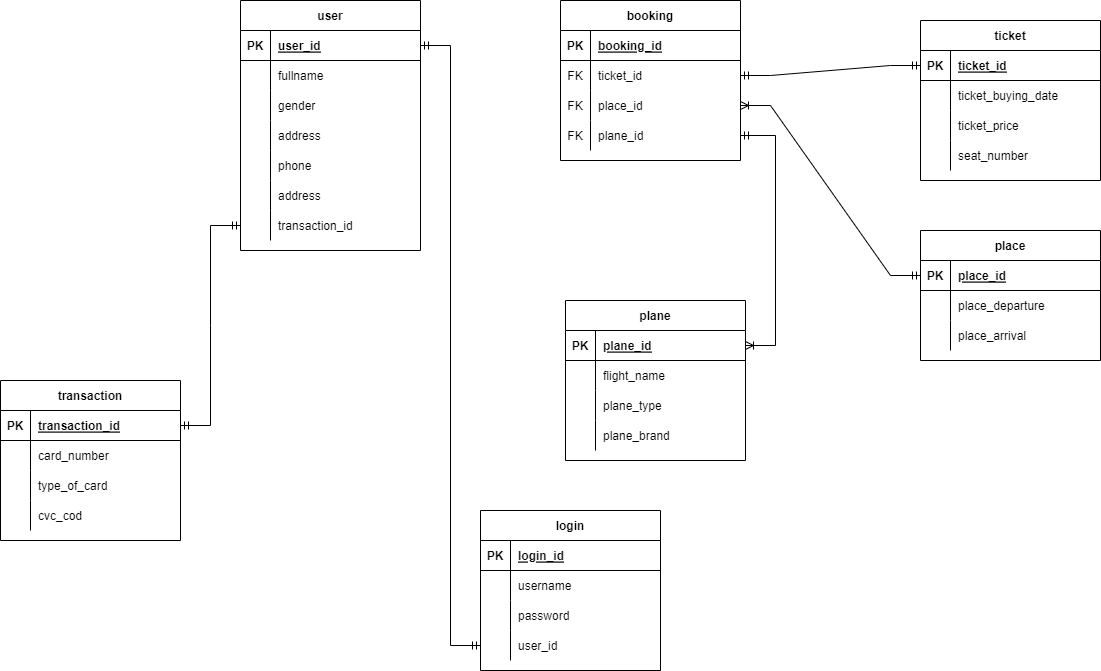
This is database/Untitled Diagram.drawio.png from GumBox/CloudAirlineG8, a draw.io export, as it was before one commit. Source tidied: cells renumbered, new cells last; positions are measured from the earlier drawing's top-left corner, leaving out a move shared by most shapes.
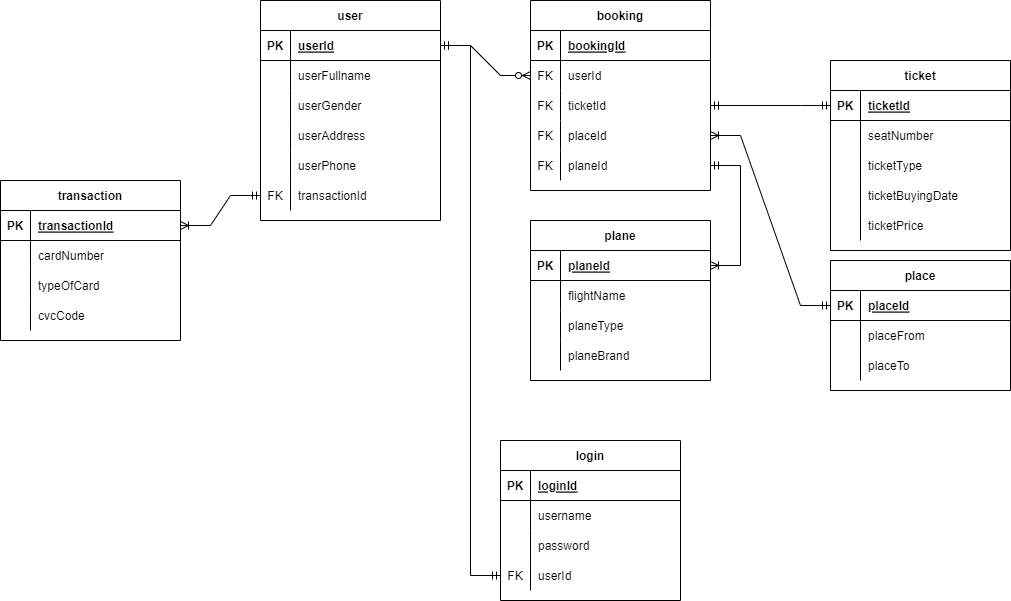
After the change.

The edit, as a diff of the source:
```diff
@@ -5,3 +5,3 @@
     <mxCell id="2" value="user" style="shape=table;startSize=30;rowLines=0;fontStyle=1;align=center;" parent="1" vertex="1">
-      <mxGeometry x="240" width="180" height="250" as="geometry" />
+      <mxGeometry x="240" width="180" height="220" as="geometry" />
     </mxCell>
@@ -13,3 +13,3 @@
     </mxCell>
-    <mxCell id="5" value="user_id" style="shape=partialRectangle;fillColor=none;top=0;left=0;bottom=0;right=0;align=left;spacingLeft=6;fontStyle=5;overflow=hidden;" parent="3" vertex="1">
+    <mxCell id="5" value="userId" style="shape=partialRectangle;fillColor=none;top=0;left=0;bottom=0;right=0;align=left;spacingLeft=6;fontStyle=5;overflow=hidden;" parent="3" vertex="1">
       <mxGeometry x="30" width="150" height="30" as="geometry" />
@@ -22,3 +22,3 @@
     </mxCell>
-    <mxCell id="8" value="fullname" style="shape=partialRectangle;fillColor=none;top=0;left=0;bottom=0;right=0;align=left;spacingLeft=6;overflow=hidden;" parent="6" vertex="1">
+    <mxCell id="8" value="userFullname" style="shape=partialRectangle;fillColor=none;top=0;left=0;bottom=0;right=0;align=left;spacingLeft=6;overflow=hidden;" parent="6" vertex="1">
       <mxGeometry x="30" width="150" height="30" as="geometry" />
@@ -31,3 +31,3 @@
     </mxCell>
-    <mxCell id="11" value="gender" style="shape=partialRectangle;fillColor=none;top=0;left=0;bottom=0;right=0;align=left;spacingLeft=6;overflow=hidden;" parent="9" vertex="1">
+    <mxCell id="11" value="userGender" style="shape=partialRectangle;fillColor=none;top=0;left=0;bottom=0;right=0;align=left;spacingLeft=6;overflow=hidden;" parent="9" vertex="1">
       <mxGeometry x="30" width="150" height="30" as="geometry" />
@@ -40,3 +40,3 @@
     </mxCell>
-    <mxCell id="14" value="address" style="shape=partialRectangle;fillColor=none;top=0;left=0;bottom=0;right=0;align=left;spacingLeft=6;overflow=hidden;" parent="12" vertex="1">
+    <mxCell id="14" value="userAddress" style="shape=partialRectangle;fillColor=none;top=0;left=0;bottom=0;right=0;align=left;spacingLeft=6;overflow=hidden;" parent="12" vertex="1">
       <mxGeometry x="30" width="150" height="30" as="geometry" />
@@ -49,21 +49,12 @@
     </mxCell>
-    <mxCell id="17" value="phone" style="shape=partialRectangle;fillColor=none;top=0;left=0;bottom=0;right=0;align=left;spacingLeft=6;overflow=hidden;" parent="15" vertex="1">
+    <mxCell id="17" value="userPhone" style="shape=partialRectangle;fillColor=none;top=0;left=0;bottom=0;right=0;align=left;spacingLeft=6;overflow=hidden;" parent="15" vertex="1">
       <mxGeometry x="30" width="150" height="30" as="geometry" />
     </mxCell>
-    <mxCell id="18" style="shape=tableRow;horizontal=0;startSize=0;swimlaneHead=0;swimlaneBody=0;fillColor=none;top=0;left=0;right=0;bottom=0;" parent="2" vertex="1">
-      <mxGeometry y="180" width="180" height="30" as="geometry" />
-    </mxCell>
-    <mxCell id="19" style="shape=partialRectangle;fillColor=none;top=0;left=0;bottom=0;right=0;overflow=hidden;" parent="18" vertex="1">
-      <mxGeometry width="30" height="30" as="geometry" />
-    </mxCell>
-    <mxCell id="20" value="address" style="shape=partialRectangle;fillColor=none;top=0;left=0;bottom=0;right=0;align=left;spacingLeft=6;overflow=hidden;" parent="18" vertex="1">
-      <mxGeometry x="30" width="150" height="30" as="geometry" />
-    </mxCell>
     <mxCell id="21" style="shape=tableRow;horizontal=0;startSize=0;swimlaneHead=0;swimlaneBody=0;fillColor=none;points=[[0,0.5],[1,0.5]];portConstraint=eastwest;top=0;left=0;right=0;bottom=0;" parent="2" vertex="1">
-      <mxGeometry y="210" width="180" height="30" as="geometry" />
+      <mxGeometry y="180" width="180" height="30" as="geometry" />
     </mxCell>
-    <mxCell id="22" style="shape=partialRectangle;fillColor=none;top=0;left=0;bottom=0;right=0;overflow=hidden;" parent="21" vertex="1">
+    <mxCell id="22" value="FK" style="shape=partialRectangle;fillColor=none;top=0;left=0;bottom=0;right=0;overflow=hidden;" parent="21" vertex="1">
       <mxGeometry width="30" height="30" as="geometry" />
     </mxCell>
-    <mxCell id="23" value="transaction_id" style="shape=partialRectangle;fillColor=none;top=0;left=0;bottom=0;right=0;align=left;spacingLeft=6;overflow=hidden;" parent="21" vertex="1">
+    <mxCell id="23" value="transactionId" style="shape=partialRectangle;fillColor=none;top=0;left=0;bottom=0;right=0;align=left;spacingLeft=6;overflow=hidden;" parent="21" vertex="1">
       <mxGeometry x="30" width="150" height="30" as="geometry" />
@@ -71,3 +62,3 @@
     <mxCell id="24" value="booking" style="shape=table;startSize=30;rowLines=0;fontStyle=1;align=center;" parent="1" vertex="1">
-      <mxGeometry x="560" width="180" height="160" as="geometry" />
+      <mxGeometry x="510" width="180" height="190" as="geometry" />
     </mxCell>
@@ -79,7 +70,16 @@
     </mxCell>
-    <mxCell id="27" value="booking_id" style="shape=partialRectangle;fillColor=none;top=0;left=0;bottom=0;right=0;align=left;spacingLeft=6;fontStyle=5;overflow=hidden;" parent="25" vertex="1">
+    <mxCell id="27" value="bookingId" style="shape=partialRectangle;fillColor=none;top=0;left=0;bottom=0;right=0;align=left;spacingLeft=6;fontStyle=5;overflow=hidden;" parent="25" vertex="1">
       <mxGeometry x="30" width="150" height="30" as="geometry" />
     </mxCell>
+    <mxCell id="104" style="shape=tableRow;horizontal=0;startSize=0;swimlaneHead=0;swimlaneBody=0;fillColor=none;points=[[0,0.5],[1,0.5]];portConstraint=eastwest;top=0;left=0;right=0;bottom=0;" parent="24" vertex="1">
+      <mxGeometry y="60" width="180" height="30" as="geometry" />
+    </mxCell>
+    <mxCell id="105" value="FK" style="shape=partialRectangle;fillColor=none;top=0;left=0;bottom=0;right=0;overflow=hidden;" parent="104" vertex="1">
+      <mxGeometry width="30" height="30" as="geometry" />
+    </mxCell>
+    <mxCell id="106" value="userId" style="shape=partialRectangle;fillColor=none;top=0;left=0;bottom=0;right=0;align=left;spacingLeft=6;overflow=hidden;" parent="104" vertex="1">
+      <mxGeometry x="30" width="150" height="30" as="geometry" />
+    </mxCell>
     <mxCell id="28" style="shape=tableRow;horizontal=0;startSize=0;swimlaneHead=0;swimlaneBody=0;fillColor=none;points=[[0,0.5],[1,0.5]];portConstraint=eastwest;top=0;left=0;right=0;bottom=0;" parent="24" vertex="1">
-      <mxGeometry y="60" width="180" height="30" as="geometry" />
+      <mxGeometry y="90" width="180" height="30" as="geometry" />
     </mxCell>
@@ -88,3 +88,3 @@
     </mxCell>
-    <mxCell id="30" value="ticket_id" style="shape=partialRectangle;fillColor=none;top=0;left=0;bottom=0;right=0;align=left;spacingLeft=6;overflow=hidden;" parent="28" vertex="1">
+    <mxCell id="30" value="ticketId" style="shape=partialRectangle;fillColor=none;top=0;left=0;bottom=0;right=0;align=left;spacingLeft=6;overflow=hidden;" parent="28" vertex="1">
       <mxGeometry x="30" width="150" height="30" as="geometry" />
@@ -92,3 +92,3 @@
     <mxCell id="31" style="shape=tableRow;horizontal=0;startSize=0;swimlaneHead=0;swimlaneBody=0;fillColor=none;points=[[0,0.5],[1,0.5]];portConstraint=eastwest;top=0;left=0;right=0;bottom=0;" parent="24" vertex="1">
-      <mxGeometry y="90" width="180" height="30" as="geometry" />
+      <mxGeometry y="120" width="180" height="30" as="geometry" />
     </mxCell>
@@ -97,3 +97,3 @@
     </mxCell>
-    <mxCell id="33" value="place_id" style="shape=partialRectangle;fillColor=none;top=0;left=0;bottom=0;right=0;align=left;spacingLeft=6;overflow=hidden;" parent="31" vertex="1">
+    <mxCell id="33" value="placeId" style="shape=partialRectangle;fillColor=none;top=0;left=0;bottom=0;right=0;align=left;spacingLeft=6;overflow=hidden;" parent="31" vertex="1">
       <mxGeometry x="30" width="150" height="30" as="geometry" />
@@ -101,3 +101,3 @@
     <mxCell id="34" style="shape=tableRow;horizontal=0;startSize=0;swimlaneHead=0;swimlaneBody=0;fillColor=none;points=[[0,0.5],[1,0.5]];portConstraint=eastwest;top=0;left=0;right=0;bottom=0;" parent="24" vertex="1">
-      <mxGeometry y="120" width="180" height="30" as="geometry" />
+      <mxGeometry y="150" width="180" height="30" as="geometry" />
     </mxCell>
@@ -106,3 +106,3 @@
     </mxCell>
-    <mxCell id="36" value="plane_id" style="shape=partialRectangle;fillColor=none;top=0;left=0;bottom=0;right=0;align=left;spacingLeft=6;overflow=hidden;" parent="34" vertex="1">
+    <mxCell id="36" value="planeId" style="shape=partialRectangle;fillColor=none;top=0;left=0;bottom=0;right=0;align=left;spacingLeft=6;overflow=hidden;" parent="34" vertex="1">
       <mxGeometry x="30" width="150" height="30" as="geometry" />
@@ -110,3 +110,3 @@
     <mxCell id="37" value="login" style="shape=table;startSize=30;rowLines=0;fontStyle=1;align=center;verticalAlign=middle;" parent="1" vertex="1">
-      <mxGeometry x="480" y="510" width="180" height="160" as="geometry" />
+      <mxGeometry x="480" y="440" width="180" height="160" as="geometry" />
     </mxCell>
@@ -118,3 +118,3 @@
     </mxCell>
-    <mxCell id="40" value="login_id" style="shape=partialRectangle;fillColor=none;top=0;left=0;bottom=0;right=0;align=left;spacingLeft=6;fontStyle=5;overflow=hidden;" parent="38" vertex="1">
+    <mxCell id="40" value="loginId" style="shape=partialRectangle;fillColor=none;top=0;left=0;bottom=0;right=0;align=left;spacingLeft=6;fontStyle=5;overflow=hidden;" parent="38" vertex="1">
       <mxGeometry x="30" width="150" height="30" as="geometry" />
@@ -142,6 +142,6 @@
     </mxCell>
-    <mxCell id="48" style="shape=partialRectangle;fillColor=none;top=0;left=0;bottom=0;right=0;overflow=hidden;" parent="47" vertex="1">
+    <mxCell id="48" value="FK" style="shape=partialRectangle;fillColor=none;top=0;left=0;bottom=0;right=0;overflow=hidden;" parent="47" vertex="1">
       <mxGeometry width="30" height="30" as="geometry" />
     </mxCell>
-    <mxCell id="49" value="user_id" style="shape=partialRectangle;fillColor=none;top=0;left=0;bottom=0;right=0;align=left;spacingLeft=6;overflow=hidden;" parent="47" vertex="1">
+    <mxCell id="49" value="userId" style="shape=partialRectangle;fillColor=none;top=0;left=0;bottom=0;right=0;align=left;spacingLeft=6;overflow=hidden;" parent="47" vertex="1">
       <mxGeometry x="30" width="150" height="30" as="geometry" />
@@ -149,3 +149,3 @@
     <mxCell id="50" value="ticket" style="shape=table;startSize=30;rowLines=0;fontStyle=1;align=center;verticalAlign=middle;" parent="1" vertex="1">
-      <mxGeometry x="920" y="20" width="180" height="160" as="geometry" />
+      <mxGeometry x="810" y="60" width="180" height="190" as="geometry" />
     </mxCell>
@@ -157,7 +157,34 @@
     </mxCell>
-    <mxCell id="53" value="ticket_id" style="shape=partialRectangle;fillColor=none;top=0;left=0;bottom=0;right=0;align=left;spacingLeft=6;fontStyle=5;overflow=hidden;" parent="51" vertex="1">
+    <mxCell id="53" value="ticketId" style="shape=partialRectangle;fillColor=none;top=0;left=0;bottom=0;right=0;align=left;spacingLeft=6;fontStyle=5;overflow=hidden;" parent="51" vertex="1">
       <mxGeometry x="30" width="150" height="30" as="geometry" />
     </mxCell>
+    <mxCell id="57" style="shape=tableRow;horizontal=0;startSize=0;swimlaneHead=0;swimlaneBody=0;fillColor=none;top=0;left=0;right=0;bottom=0;" parent="50" vertex="1">
+      <mxGeometry y="60" width="180" height="30" as="geometry" />
+    </mxCell>
+    <mxCell id="58" style="shape=partialRectangle;fillColor=none;top=0;left=0;bottom=0;right=0;overflow=hidden;" parent="57" vertex="1">
+      <mxGeometry width="30" height="30" as="geometry" />
+    </mxCell>
+    <mxCell id="59" value="seatNumber" style="shape=partialRectangle;fillColor=none;top=0;left=0;bottom=0;right=0;align=left;spacingLeft=6;overflow=hidden;" parent="57" vertex="1">
+      <mxGeometry x="30" width="150" height="30" as="geometry" />
+    </mxCell>
+    <mxCell id="107" style="shape=tableRow;horizontal=0;startSize=0;swimlaneHead=0;swimlaneBody=0;fillColor=none;top=0;left=0;right=0;bottom=0;" parent="50" vertex="1">
+      <mxGeometry y="90" width="180" height="30" as="geometry" />
+    </mxCell>
+    <mxCell id="108" style="shape=partialRectangle;fillColor=none;top=0;left=0;bottom=0;right=0;overflow=hidden;" parent="107" vertex="1">
+      <mxGeometry width="30" height="30" as="geometry" />
+    </mxCell>
+    <mxCell id="109" value="ticketType" style="shape=partialRectangle;fillColor=none;top=0;left=0;bottom=0;right=0;align=left;spacingLeft=6;overflow=hidden;" parent="107" vertex="1">
+      <mxGeometry x="30" width="150" height="30" as="geometry" />
+    </mxCell>
+    <mxCell id="60" style="shape=tableRow;horizontal=0;startSize=0;swimlaneHead=0;swimlaneBody=0;fillColor=none;top=0;left=0;right=0;bottom=0;" parent="50" vertex="1">
+      <mxGeometry y="120" width="180" height="30" as="geometry" />
+    </mxCell>
+    <mxCell id="110" style="shape=partialRectangle;fillColor=none;top=0;left=0;bottom=0;right=0;overflow=hidden;" parent="60" vertex="1">
+      <mxGeometry width="30" height="30" as="geometry" />
+    </mxCell>
+    <mxCell id="111" value="ticketBuyingDate" style="shape=partialRectangle;fillColor=none;top=0;left=0;bottom=0;right=0;align=left;spacingLeft=6;overflow=hidden;" parent="60" vertex="1">
+      <mxGeometry x="30" width="150" height="30" as="geometry" />
+    </mxCell>
     <mxCell id="54" style="shape=tableRow;horizontal=0;startSize=0;swimlaneHead=0;swimlaneBody=0;fillColor=none;top=0;left=0;right=0;bottom=0;" parent="50" vertex="1">
-      <mxGeometry y="60" width="180" height="30" as="geometry" />
+      <mxGeometry y="150" width="180" height="30" as="geometry" />
     </mxCell>
@@ -166,25 +193,7 @@
     </mxCell>
-    <mxCell id="56" value="ticket_buying_date" style="shape=partialRectangle;fillColor=none;top=0;left=0;bottom=0;right=0;align=left;spacingLeft=6;overflow=hidden;" parent="54" vertex="1">
+    <mxCell id="56" value="ticketPrice" style="shape=partialRectangle;fillColor=none;top=0;left=0;bottom=0;right=0;align=left;spacingLeft=6;overflow=hidden;" parent="54" vertex="1">
       <mxGeometry x="30" width="150" height="30" as="geometry" />
     </mxCell>
-    <mxCell id="57" style="shape=tableRow;horizontal=0;startSize=0;swimlaneHead=0;swimlaneBody=0;fillColor=none;top=0;left=0;right=0;bottom=0;" parent="50" vertex="1">
-      <mxGeometry y="90" width="180" height="30" as="geometry" />
-    </mxCell>
-    <mxCell id="58" style="shape=partialRectangle;fillColor=none;top=0;left=0;bottom=0;right=0;overflow=hidden;" parent="57" vertex="1">
-      <mxGeometry width="30" height="30" as="geometry" />
-    </mxCell>
-    <mxCell id="59" value="ticket_price" style="shape=partialRectangle;fillColor=none;top=0;left=0;bottom=0;right=0;align=left;spacingLeft=6;overflow=hidden;" parent="57" vertex="1">
-      <mxGeometry x="30" width="150" height="30" as="geometry" />
-    </mxCell>
-    <mxCell id="60" style="shape=tableRow;horizontal=0;startSize=0;swimlaneHead=0;swimlaneBody=0;fillColor=none;top=0;left=0;right=0;bottom=0;" parent="50" vertex="1">
-      <mxGeometry y="120" width="180" height="30" as="geometry" />
-    </mxCell>
-    <mxCell id="61" style="shape=partialRectangle;fillColor=none;top=0;left=0;bottom=0;right=0;overflow=hidden;" parent="60" vertex="1">
-      <mxGeometry width="30" height="30" as="geometry" />
-    </mxCell>
-    <mxCell id="62" value="seat_number" style="shape=partialRectangle;fillColor=none;top=0;left=0;bottom=0;right=0;align=left;spacingLeft=6;overflow=hidden;" parent="60" vertex="1">
-      <mxGeometry x="30" width="150" height="30" as="geometry" />
-    </mxCell>
     <mxCell id="63" value="plane" style="shape=table;startSize=30;rowLines=0;fontStyle=1;align=center;verticalAlign=middle;" parent="1" vertex="1">
-      <mxGeometry x="565" y="300" width="180" height="160" as="geometry" />
+      <mxGeometry x="510" y="220" width="180" height="160" as="geometry" />
     </mxCell>
@@ -196,3 +205,3 @@
     </mxCell>
-    <mxCell id="66" value="plane_id" style="shape=partialRectangle;fillColor=none;top=0;left=0;bottom=0;right=0;align=left;spacingLeft=6;fontStyle=5;overflow=hidden;" parent="64" vertex="1">
+    <mxCell id="66" value="planeId" style="shape=partialRectangle;fillColor=none;top=0;left=0;bottom=0;right=0;align=left;spacingLeft=6;fontStyle=5;overflow=hidden;" parent="64" vertex="1">
       <mxGeometry x="30" width="150" height="30" as="geometry" />
@@ -205,3 +214,3 @@
     </mxCell>
-    <mxCell id="69" value="flight_name" style="shape=partialRectangle;fillColor=none;top=0;left=0;bottom=0;right=0;align=left;spacingLeft=6;overflow=hidden;" parent="67" vertex="1">
+    <mxCell id="69" value="flightName" style="shape=partialRectangle;fillColor=none;top=0;left=0;bottom=0;right=0;align=left;spacingLeft=6;overflow=hidden;" parent="67" vertex="1">
       <mxGeometry x="30" width="150" height="30" as="geometry" />
@@ -214,3 +223,3 @@
     </mxCell>
-    <mxCell id="72" value="plane_type" style="shape=partialRectangle;fillColor=none;top=0;left=0;bottom=0;right=0;align=left;spacingLeft=6;overflow=hidden;" parent="70" vertex="1">
+    <mxCell id="72" value="planeType" style="shape=partialRectangle;fillColor=none;top=0;left=0;bottom=0;right=0;align=left;spacingLeft=6;overflow=hidden;" parent="70" vertex="1">
       <mxGeometry x="30" width="150" height="30" as="geometry" />
@@ -223,3 +232,3 @@
     </mxCell>
-    <mxCell id="75" value="plane_brand" style="shape=partialRectangle;fillColor=none;top=0;left=0;bottom=0;right=0;align=left;spacingLeft=6;overflow=hidden;" parent="73" vertex="1">
+    <mxCell id="75" value="planeBrand" style="shape=partialRectangle;fillColor=none;top=0;left=0;bottom=0;right=0;align=left;spacingLeft=6;overflow=hidden;" parent="73" vertex="1">
       <mxGeometry x="30" width="150" height="30" as="geometry" />
@@ -230,3 +239,3 @@
     <mxCell id="77" value="place" style="shape=table;startSize=30;rowLines=0;fontStyle=1;align=center;verticalAlign=middle;" parent="1" vertex="1">
-      <mxGeometry x="920" y="230" width="180" height="130" as="geometry" />
+      <mxGeometry x="810" y="260" width="180" height="130" as="geometry" />
     </mxCell>
@@ -238,3 +247,3 @@
     </mxCell>
-    <mxCell id="80" value="place_id" style="shape=partialRectangle;fillColor=none;top=0;left=0;bottom=0;right=0;align=left;spacingLeft=6;fontStyle=5;overflow=hidden;" parent="78" vertex="1">
+    <mxCell id="80" value="placeId" style="shape=partialRectangle;fillColor=none;top=0;left=0;bottom=0;right=0;align=left;spacingLeft=6;fontStyle=5;overflow=hidden;" parent="78" vertex="1">
       <mxGeometry x="30" width="150" height="30" as="geometry" />
@@ -247,3 +256,3 @@
     </mxCell>
-    <mxCell id="83" value="place_departure" style="shape=partialRectangle;fillColor=none;top=0;left=0;bottom=0;right=0;align=left;spacingLeft=6;overflow=hidden;" parent="81" vertex="1">
+    <mxCell id="83" value="placeFrom" style="shape=partialRectangle;fillColor=none;top=0;left=0;bottom=0;right=0;align=left;spacingLeft=6;overflow=hidden;" parent="81" vertex="1">
       <mxGeometry x="30" width="150" height="30" as="geometry" />
@@ -256,3 +265,3 @@
     </mxCell>
-    <mxCell id="86" value="place_arrival" style="shape=partialRectangle;fillColor=none;top=0;left=0;bottom=0;right=0;align=left;spacingLeft=6;overflow=hidden;" parent="84" vertex="1">
+    <mxCell id="86" value="placeTo" style="shape=partialRectangle;fillColor=none;top=0;left=0;bottom=0;right=0;align=left;spacingLeft=6;overflow=hidden;" parent="84" vertex="1">
       <mxGeometry x="30" width="150" height="30" as="geometry" />
@@ -269,3 +278,3 @@
     <mxCell id="90" value="transaction" style="shape=table;startSize=30;rowLines=0;fontStyle=1;align=center;verticalAlign=middle;" parent="1" vertex="1">
-      <mxGeometry y="380" width="180" height="160" as="geometry" />
+      <mxGeometry x="-20" y="180" width="180" height="160" as="geometry" />
     </mxCell>
@@ -277,3 +286,3 @@
     </mxCell>
-    <mxCell id="93" value="transaction_id" style="shape=partialRectangle;fillColor=none;top=0;left=0;bottom=0;right=0;align=left;spacingLeft=6;fontStyle=5;overflow=hidden;" parent="91" vertex="1">
+    <mxCell id="93" value="transactionId" style="shape=partialRectangle;fillColor=none;top=0;left=0;bottom=0;right=0;align=left;spacingLeft=6;fontStyle=5;overflow=hidden;" parent="91" vertex="1">
       <mxGeometry x="30" width="150" height="30" as="geometry" />
@@ -286,3 +295,3 @@
     </mxCell>
-    <mxCell id="96" value="card_number" style="shape=partialRectangle;fillColor=none;top=0;left=0;bottom=0;right=0;align=left;spacingLeft=6;overflow=hidden;" parent="94" vertex="1">
+    <mxCell id="96" value="cardNumber" style="shape=partialRectangle;fillColor=none;top=0;left=0;bottom=0;right=0;align=left;spacingLeft=6;overflow=hidden;" parent="94" vertex="1">
       <mxGeometry x="30" width="150" height="30" as="geometry" />
@@ -295,3 +304,3 @@
     </mxCell>
-    <mxCell id="99" value="type_of_card" style="shape=partialRectangle;fillColor=none;top=0;left=0;bottom=0;right=0;align=left;spacingLeft=6;overflow=hidden;" parent="97" vertex="1">
+    <mxCell id="99" value="typeOfCard" style="shape=partialRectangle;fillColor=none;top=0;left=0;bottom=0;right=0;align=left;spacingLeft=6;overflow=hidden;" parent="97" vertex="1">
       <mxGeometry x="30" width="150" height="30" as="geometry" />
@@ -304,8 +313,11 @@
     </mxCell>
-    <mxCell id="102" value="cvc_cod" style="shape=partialRectangle;fillColor=none;top=0;left=0;bottom=0;right=0;align=left;spacingLeft=6;overflow=hidden;" parent="100" vertex="1">
+    <mxCell id="102" value="cvcCode" style="shape=partialRectangle;fillColor=none;top=0;left=0;bottom=0;right=0;align=left;spacingLeft=6;overflow=hidden;" parent="100" vertex="1">
       <mxGeometry x="30" width="150" height="30" as="geometry" />
     </mxCell>
-    <mxCell id="103" style="edgeStyle=entityRelationEdgeStyle;fontSize=12;html=1;endArrow=ERmandOne;startArrow=ERmandOne;rounded=0;" parent="1" edge="1" source="91" target="21">
-      <mxGeometry relative="1" as="geometry" />
-    </mxCell>
+    <mxCell id="112" style="edgeStyle=entityRelationEdgeStyle;fontSize=12;html=1;endArrow=ERzeroToMany;startArrow=ERmandOne;rounded=0;" parent="1" edge="1" source="3" target="104">
+      <mxGeometry relative="1" as="geometry" />
+    </mxCell>
+    <mxCell id="113" style="edgeStyle=entityRelationEdgeStyle;fontSize=12;html=1;endArrow=ERoneToMany;startArrow=ERmandOne;rounded=0;" parent="1" edge="1" source="21" target="91">
+      <mxGeometry relative="1" as="geometry" />
+    </mxCell>
   </root>
```
